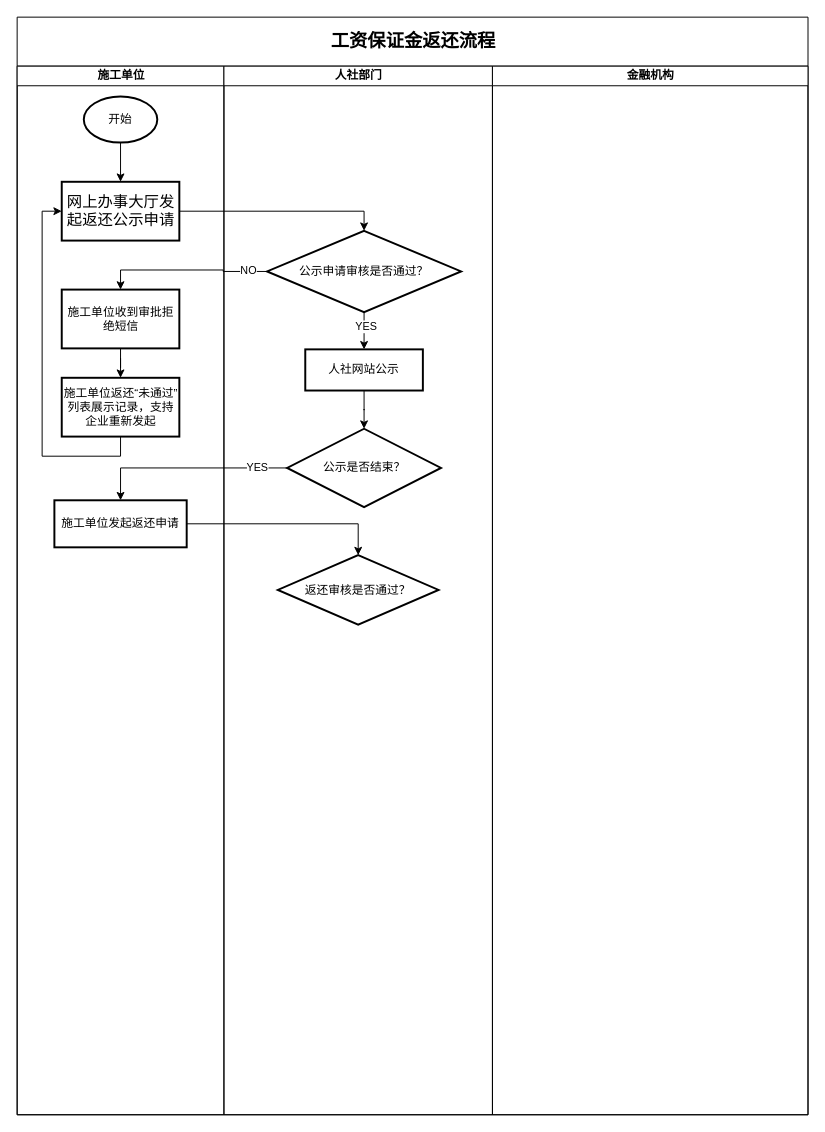
Before: page "工资保证金返还流程" (4 of 4) of 农民工工资详细设计流程图.drawio in coderjbin/drawio, a draw.io diagram. Source tidied: cells renumbered, new cells numbered last; positions are measured from the earlier drawing's top-left corner, leaving out a move shared by most shapes. Both pictures are drawn from the tidied source at 98%, with x=0, y=0 at pixel (17, 17).
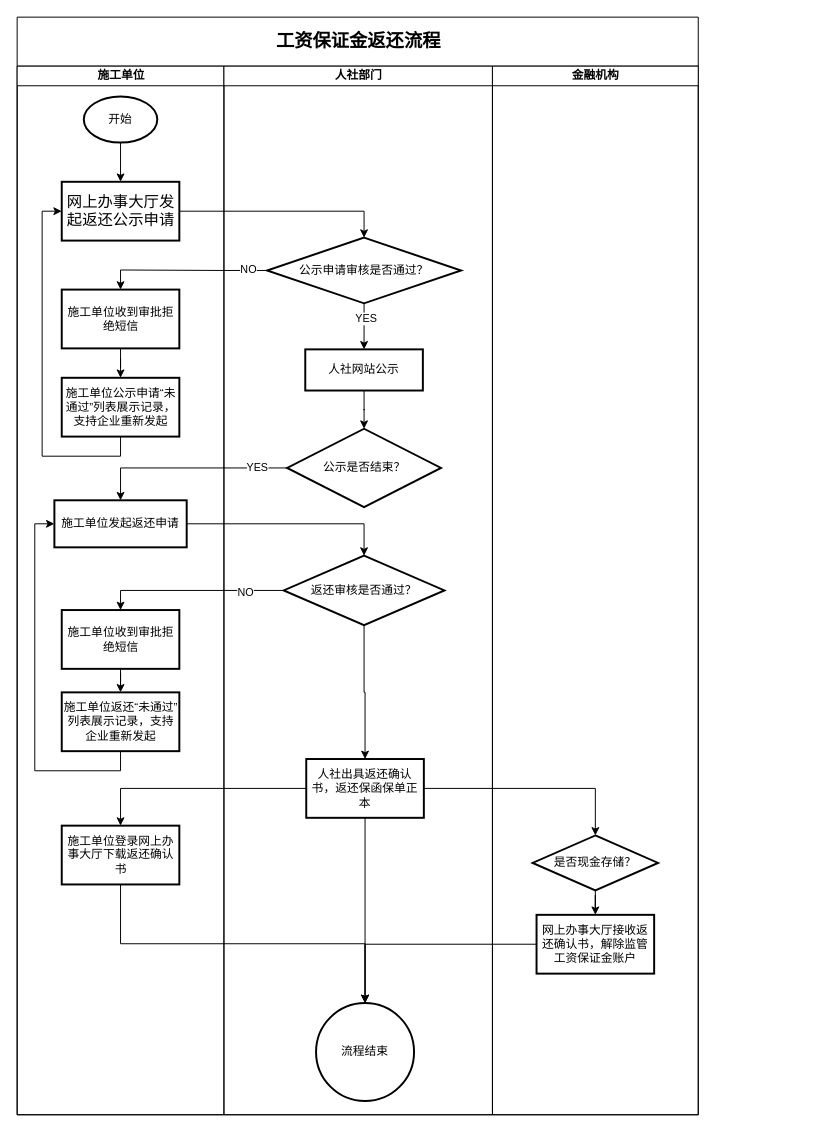
After the change.

The change refers to these unchanged cells:
```xml
<mxCell id="3" value="施工单位" style="swimlane;startSize=20;html=1;" parent="2" vertex="1">
  <mxGeometry y="50" width="211" height="1070" as="geometry" />
</mxCell>
<mxCell id="9" value="施工单位发起返还申请" style="whiteSpace=wrap;html=1;strokeWidth=2;" parent="3" vertex="1">
  <mxGeometry x="38" y="443" width="135" height="48" as="geometry" />
</mxCell>
<mxCell id="12" value="人社部门" style="swimlane;startSize=20;html=1;" parent="2" vertex="1">
  <mxGeometry x="211" y="50" width="274" height="1070" as="geometry" />
</mxCell>
```

The edit, as a diff of the source:
```diff
@@
     <mxCell id="2" value="&lt;p style=&quot;text-align:left;&quot; class=&quot;MsoNormal&quot;&gt;&lt;b&gt;&lt;span style=&quot;font-family: 方正仿宋_GB2312; font-size: 14pt;&quot;&gt;工资保证金返还流程&lt;/span&gt;&lt;/b&gt;&lt;b&gt;&lt;span style=&quot;font-family: 方正仿宋_GB2312; font-size: 14pt;&quot;&gt;&lt;/span&gt;&lt;/b&gt;&lt;/p&gt;" style="swimlane;startSize=50;html=1;" parent="1" vertex="1">
-      <mxGeometry width="807" height="1120" as="geometry" />
+      <mxGeometry width="695" height="1120" as="geometry" />
     </mxCell>
@@
-    <mxCell id="8" value="施工单位返还“未通过”列表展示记录，支持企业重新发起" style="whiteSpace=wrap;html=1;strokeWidth=2;" parent="3" vertex="1">
+    <mxCell id="8" value="施工单位公示申请“未通过”列表展示记录，支持企业重新发起" style="whiteSpace=wrap;html=1;strokeWidth=2;" parent="3" vertex="1">
       <mxGeometry x="45.5" y="318" width="120" height="60" as="geometry" />
     </mxCell>
@@
+    <mxCell id="27" style="edgeStyle=orthogonalEdgeStyle;rounded=0;jettySize=auto;html=1;entryX=0.5;entryY=0;entryDx=0;entryDy=0;" parent="3" edge="1" source="28" target="30">
+      <mxGeometry relative="1" as="geometry" />
+    </mxCell>
+    <mxCell id="28" value="施工单位收到审批拒绝短信" style="whiteSpace=wrap;html=1;strokeWidth=2;" parent="3" vertex="1">
+      <mxGeometry x="45.5" y="555" width="120" height="60" as="geometry" />
+    </mxCell>
+    <mxCell id="29" style="edgeStyle=orthogonalEdgeStyle;rounded=0;jettySize=auto;html=1;entryX=0;entryY=0.5;entryDx=0;entryDy=0;exitX=0.5;exitY=1;exitDx=0;exitDy=0;" parent="3" edge="1" source="30" target="9">
+      <mxGeometry relative="1" as="geometry" />
+    </mxCell>
+    <mxCell id="30" value="施工单位返还“未通过”列表展示记录，支持企业重新发起" style="whiteSpace=wrap;html=1;strokeWidth=2;" parent="3" vertex="1">
+      <mxGeometry x="45.5" y="639" width="120" height="60" as="geometry" />
+    </mxCell>
+    <mxCell id="31" value="施工单位登录网上办事大厅下载返还确认书" style="whiteSpace=wrap;html=1;strokeWidth=2;" parent="3" vertex="1">
+      <mxGeometry x="45.5" y="775" width="120" height="60" as="geometry" />
+    </mxCell>
@@
     <mxCell id="15" value="公示申请审核是否通过？" style="rhombus;whiteSpace=wrap;html=1;strokeWidth=2;" parent="12" vertex="1">
-      <mxGeometry x="44" y="168" width="198" height="83" as="geometry" />
+      <mxGeometry x="44" y="175" width="198" height="67" as="geometry" />
     </mxCell>
@@
+    <mxCell id="32" style="edgeStyle=orthogonalEdgeStyle;rounded=0;jettySize=auto;html=1;" parent="12" edge="1" source="19" target="33">
+      <mxGeometry relative="1" as="geometry" />
+    </mxCell>
     <mxCell id="19" value="返还审核是否通过？" style="rhombus;whiteSpace=wrap;html=1;strokeWidth=2;" parent="12" vertex="1">
-      <mxGeometry x="55" y="499" width="164" height="71" as="geometry" />
+      <mxGeometry x="61" y="499.5" width="164" height="71" as="geometry" />
     </mxCell>
+    <mxCell id="33" value="人社出具返还确认书，返还保函保单正本" style="whiteSpace=wrap;html=1;strokeWidth=2;" parent="12" vertex="1">
+      <mxGeometry x="84" y="707" width="120" height="60" as="geometry" />
+    </mxCell>
+    <mxCell id="34" value="流程结束" style="strokeWidth=2;html=1;shape=mxgraph.flowchart.start_2;whiteSpace=wrap;" parent="12" vertex="1">
+      <mxGeometry x="94" y="956" width="100" height="100" as="geometry" />
+    </mxCell>
+    <mxCell id="35" style="edgeStyle=orthogonalEdgeStyle;rounded=0;jettySize=auto;html=1;entryX=0.5;entryY=0;entryDx=0;entryDy=0;entryPerimeter=0;" parent="12" edge="1" source="33" target="34">
+      <mxGeometry relative="1" as="geometry" />
+    </mxCell>
     <mxCell id="20" value="金融机构" style="swimlane;startSize=20;html=1;" parent="2" vertex="1">
-      <mxGeometry x="485" y="50" width="322" height="1070" as="geometry" />
+      <mxGeometry x="485" y="50" width="210" height="1070" as="geometry" />
     </mxCell>
+    <mxCell id="36" style="edgeStyle=orthogonalEdgeStyle;rounded=0;jettySize=auto;html=1;" parent="20" edge="1" source="37" target="38">
+      <mxGeometry relative="1" as="geometry" />
+    </mxCell>
+    <mxCell id="37" value="是否现金存储？" style="rhombus;whiteSpace=wrap;html=1;strokeWidth=2;" parent="20" vertex="1">
+      <mxGeometry x="41" y="785" width="128" height="56" as="geometry" />
+    </mxCell>
+    <mxCell id="38" value="网上办事大厅接收返还确认书，解除监管工资保证金账户" style="whiteSpace=wrap;html=1;strokeWidth=2;" parent="20" vertex="1">
+      <mxGeometry x="45" y="866" width="120" height="60" as="geometry" />
+    </mxCell>
@@
+    <mxCell id="39" style="edgeStyle=orthogonalEdgeStyle;rounded=0;jettySize=auto;html=1;entryX=0.5;entryY=0;entryDx=0;entryDy=0;" parent="2" edge="1" source="19" target="28">
+      <mxGeometry relative="1" as="geometry" />
+    </mxCell>
+    <mxCell id="40" value="NO" style="edgeLabel;html=1;align=center;verticalAlign=middle;" parent="39" vertex="1">
+      <mxGeometry x="-0.57" y="1" relative="1" as="geometry" />
+    </mxCell>
+    <mxCell id="41" style="edgeStyle=orthogonalEdgeStyle;rounded=0;jettySize=auto;html=1;entryX=0.5;entryY=0;entryDx=0;entryDy=0;" parent="2" edge="1" source="33" target="31">
+      <mxGeometry relative="1" as="geometry" />
+    </mxCell>
+    <mxCell id="42" style="edgeStyle=orthogonalEdgeStyle;rounded=0;jettySize=auto;html=1;" parent="2" edge="1" source="33" target="37">
+      <mxGeometry relative="1" as="geometry" />
+    </mxCell>
+    <mxCell id="43" style="edgeStyle=orthogonalEdgeStyle;rounded=0;jettySize=auto;html=1;entryX=0.5;entryY=0;entryDx=0;entryDy=0;entryPerimeter=0;exitX=0.5;exitY=1;exitDx=0;exitDy=0;" parent="2" edge="1" source="31" target="34">
+      <mxGeometry relative="1" as="geometry" />
+    </mxCell>
+    <mxCell id="44" style="edgeStyle=orthogonalEdgeStyle;rounded=0;jettySize=auto;html=1;entryX=0.5;entryY=0;entryDx=0;entryDy=0;entryPerimeter=0;" parent="2" edge="1" source="38" target="34">
+      <mxGeometry relative="1" as="geometry" />
+    </mxCell>
```
